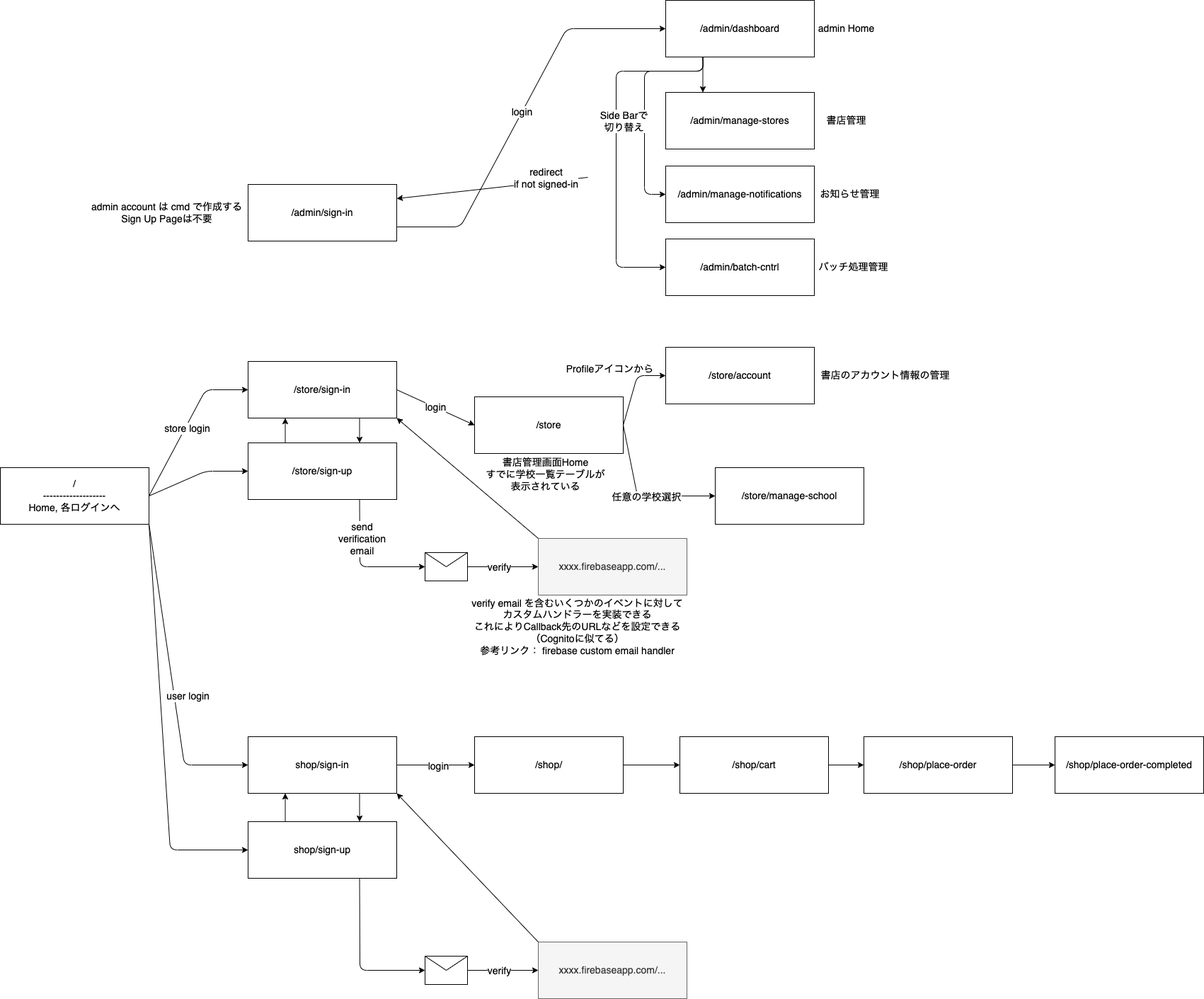
Before: docs/sitemap.png, a diagram exported from draw.io (sota0121/ec-sample). Source tidied: cells renumbered, new cells last; positions are measured from the earlier drawing's top-left corner, leaving out a move shared by most shapes.
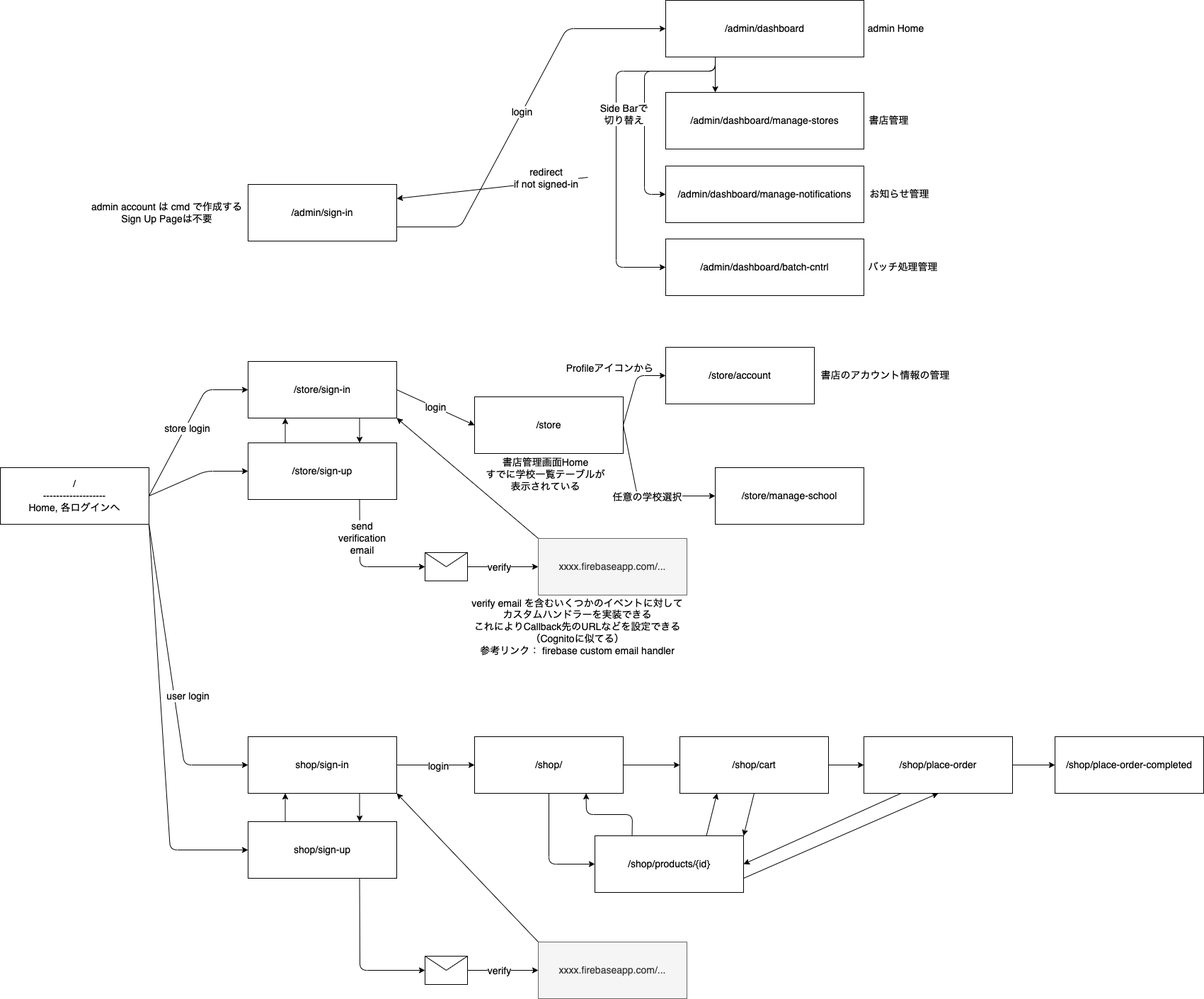
Later version of the same file.

Commit message:
Regenerate sitemap png

Change to the diagram source:
```diff
@@ -99,6 +99,13 @@
     <mxCell id="24" style="edgeStyle=none;html=1;exitX=1;exitY=0.5;exitDx=0;exitDy=0;entryX=0;entryY=0.5;entryDx=0;entryDy=0;fontSize=14;" parent="1" edge="1" source="25" target="53">
       <mxGeometry relative="1" as="geometry" />
     </mxCell>
+    <mxCell id="68" style="edgeStyle=none;html=1;exitX=0.5;exitY=1;exitDx=0;exitDy=0;entryX=0;entryY=0.5;entryDx=0;entryDy=0;fontSize=14;" parent="1" edge="1" source="25" target="74">
+      <mxGeometry relative="1" as="geometry">
+        <Array as="points">
+          <mxPoint x="775" y="1220" />
+        </Array>
+      </mxGeometry>
+    </mxCell>
     <mxCell id="25" value="/shop/" style="rounded=0;whiteSpace=wrap;html=1;fontSize=14;" parent="1" vertex="1">
       <mxGeometry x="670" y="1040" width="210" height="80" as="geometry" />
     </mxCell>
@@ -132,7 +139,7 @@
     <mxCell id="32" style="edgeStyle=none;html=1;exitX=0.25;exitY=1;exitDx=0;exitDy=0;entryX=0;entryY=0.5;entryDx=0;entryDy=0;fontSize=14;" parent="1" edge="1" source="35" target="37">
       <mxGeometry relative="1" as="geometry">
         <Array as="points">
-          <mxPoint x="993" y="100" />
+          <mxPoint x="1010" y="100" />
           <mxPoint x="910" y="100" />
           <mxPoint x="910" y="274" />
         </Array>
@@ -141,7 +148,7 @@
     <mxCell id="33" style="edgeStyle=none;html=1;exitX=0.25;exitY=1;exitDx=0;exitDy=0;entryX=0;entryY=0.5;entryDx=0;entryDy=0;fontSize=14;" parent="1" edge="1" source="35" target="38">
       <mxGeometry relative="1" as="geometry">
         <Array as="points">
-          <mxPoint x="993" y="100" />
+          <mxPoint x="1010" y="100" />
           <mxPoint x="870" y="100" />
           <mxPoint x="870" y="377" />
         </Array>
@@ -153,28 +160,28 @@
       </mxGeometry>
     </mxCell>
     <mxCell id="35" value="/admin/dashboard" style="rounded=0;whiteSpace=wrap;html=1;fontSize=14;" parent="1" vertex="1">
-      <mxGeometry x="940" width="210" height="80" as="geometry" />
+      <mxGeometry x="940" width="280" height="80" as="geometry" />
     </mxCell>
-    <mxCell id="36" value="/admin/manage-stores" style="rounded=0;whiteSpace=wrap;html=1;fontSize=14;" parent="1" vertex="1">
-      <mxGeometry x="940" y="130" width="210" height="80" as="geometry" />
+    <mxCell id="36" value="/admin/dashboard/manage-stores" style="rounded=0;whiteSpace=wrap;html=1;fontSize=14;" parent="1" vertex="1">
+      <mxGeometry x="940" y="130" width="280" height="80" as="geometry" />
     </mxCell>
-    <mxCell id="37" value="/admin/manage-notifications" style="rounded=0;whiteSpace=wrap;html=1;fontSize=14;" parent="1" vertex="1">
-      <mxGeometry x="940" y="234" width="210" height="80" as="geometry" />
+    <mxCell id="37" value="/admin/dashboard/manage-notifications" style="rounded=0;whiteSpace=wrap;html=1;fontSize=14;" parent="1" vertex="1">
+      <mxGeometry x="940" y="234" width="280" height="80" as="geometry" />
     </mxCell>
-    <mxCell id="38" value="/admin/batch-cntrl" style="rounded=0;whiteSpace=wrap;html=1;fontSize=14;" parent="1" vertex="1">
-      <mxGeometry x="940" y="337" width="210" height="80" as="geometry" />
+    <mxCell id="38" value="/admin/dashboard/batch-cntrl" style="rounded=0;whiteSpace=wrap;html=1;fontSize=14;" parent="1" vertex="1">
+      <mxGeometry x="940" y="337" width="280" height="80" as="geometry" />
     </mxCell>
     <mxCell id="39" value="admin Home" style="text;html=1;align=center;verticalAlign=middle;strokeColor=none;fillColor=none;fontSize=14;" parent="1" vertex="1">
-      <mxGeometry x="1150" y="30" width="90" height="20" as="geometry" />
+      <mxGeometry x="1220" y="30" width="90" height="20" as="geometry" />
     </mxCell>
     <mxCell id="40" value="書店管理" style="text;html=1;align=center;verticalAlign=middle;strokeColor=none;fillColor=none;fontSize=14;" parent="1" vertex="1">
-      <mxGeometry x="1160" y="160" width="70" height="20" as="geometry" />
+      <mxGeometry x="1220" y="160" width="70" height="20" as="geometry" />
     </mxCell>
     <mxCell id="41" value="お知らせ管理" style="text;html=1;align=center;verticalAlign=middle;strokeColor=none;fillColor=none;fontSize=14;" parent="1" vertex="1">
-      <mxGeometry x="1150" y="264" width="100" height="20" as="geometry" />
+      <mxGeometry x="1220" y="264" width="100" height="20" as="geometry" />
     </mxCell>
     <mxCell id="42" value="バッチ処理管理" style="text;html=1;align=center;verticalAlign=middle;strokeColor=none;fillColor=none;fontSize=14;" parent="1" vertex="1">
-      <mxGeometry x="1150" y="367" width="110" height="20" as="geometry" />
+      <mxGeometry x="1220" y="367" width="110" height="20" as="geometry" />
     </mxCell>
     <mxCell id="43" style="edgeStyle=none;html=1;exitX=1;exitY=0.5;exitDx=0;exitDy=0;entryX=0;entryY=0.5;entryDx=0;entryDy=0;fontSize=14;" parent="1" edge="1" source="47" target="48">
       <mxGeometry relative="1" as="geometry">
@@ -216,12 +223,18 @@
     <mxCell id="52" style="edgeStyle=none;html=1;exitX=1;exitY=0.5;exitDx=0;exitDy=0;entryX=0;entryY=0.5;entryDx=0;entryDy=0;fontSize=14;" parent="1" edge="1" source="53" target="55">
       <mxGeometry relative="1" as="geometry" />
     </mxCell>
+    <mxCell id="69" style="edgeStyle=none;html=1;exitX=0.5;exitY=1;exitDx=0;exitDy=0;entryX=1;entryY=0;entryDx=0;entryDy=0;fontSize=14;" parent="1" edge="1" source="53" target="74">
+      <mxGeometry relative="1" as="geometry" />
+    </mxCell>
     <mxCell id="53" value="/shop/cart" style="rounded=0;whiteSpace=wrap;html=1;fontSize=14;" parent="1" vertex="1">
       <mxGeometry x="960" y="1040" width="210" height="80" as="geometry" />
     </mxCell>
     <mxCell id="54" style="edgeStyle=none;html=1;exitX=1;exitY=0.5;exitDx=0;exitDy=0;entryX=0;entryY=0.5;entryDx=0;entryDy=0;fontSize=14;" parent="1" edge="1" source="55" target="56">
       <mxGeometry relative="1" as="geometry" />
     </mxCell>
+    <mxCell id="70" style="edgeStyle=none;html=1;exitX=0.25;exitY=1;exitDx=0;exitDy=0;entryX=1;entryY=0.5;entryDx=0;entryDy=0;fontSize=14;" parent="1" edge="1" source="55" target="74">
+      <mxGeometry relative="1" as="geometry" />
+    </mxCell>
     <mxCell id="55" value="/shop/place-order" style="rounded=0;whiteSpace=wrap;html=1;fontSize=14;" parent="1" vertex="1">
       <mxGeometry x="1220" y="1040" width="210" height="80" as="geometry" />
     </mxCell>
@@ -261,5 +274,22 @@
     <mxCell id="67" value="xxxx.firebaseapp.com/..." style="rounded=0;whiteSpace=wrap;html=1;fontSize=14;fillColor=#f5f5f5;fontColor=#333333;strokeColor=#666666;" parent="1" vertex="1">
       <mxGeometry x="760" y="1330" width="210" height="80" as="geometry" />
     </mxCell>
+    <mxCell id="71" style="edgeStyle=none;html=1;exitX=0.25;exitY=0;exitDx=0;exitDy=0;entryX=0.75;entryY=1;entryDx=0;entryDy=0;fontSize=14;" parent="1" edge="1" source="74" target="25">
+      <mxGeometry relative="1" as="geometry">
+        <Array as="points">
+          <mxPoint x="893" y="1150" />
+          <mxPoint x="828" y="1150" />
+        </Array>
+      </mxGeometry>
+    </mxCell>
+    <mxCell id="72" style="edgeStyle=none;html=1;exitX=0.75;exitY=0;exitDx=0;exitDy=0;entryX=0.25;entryY=1;entryDx=0;entryDy=0;fontSize=14;" parent="1" edge="1" source="74" target="53">
+      <mxGeometry relative="1" as="geometry" />
+    </mxCell>
+    <mxCell id="73" style="edgeStyle=none;html=1;exitX=1;exitY=0.75;exitDx=0;exitDy=0;entryX=0.5;entryY=1;entryDx=0;entryDy=0;fontSize=14;" parent="1" edge="1" source="74" target="55">
+      <mxGeometry relative="1" as="geometry" />
+    </mxCell>
+    <mxCell id="74" value="/shop/products/{id}" style="rounded=0;whiteSpace=wrap;html=1;fontSize=14;" parent="1" vertex="1">
+      <mxGeometry x="840" y="1180" width="210" height="80" as="geometry" />
+    </mxCell>
   </root>
 </mxGraphModel>
```
